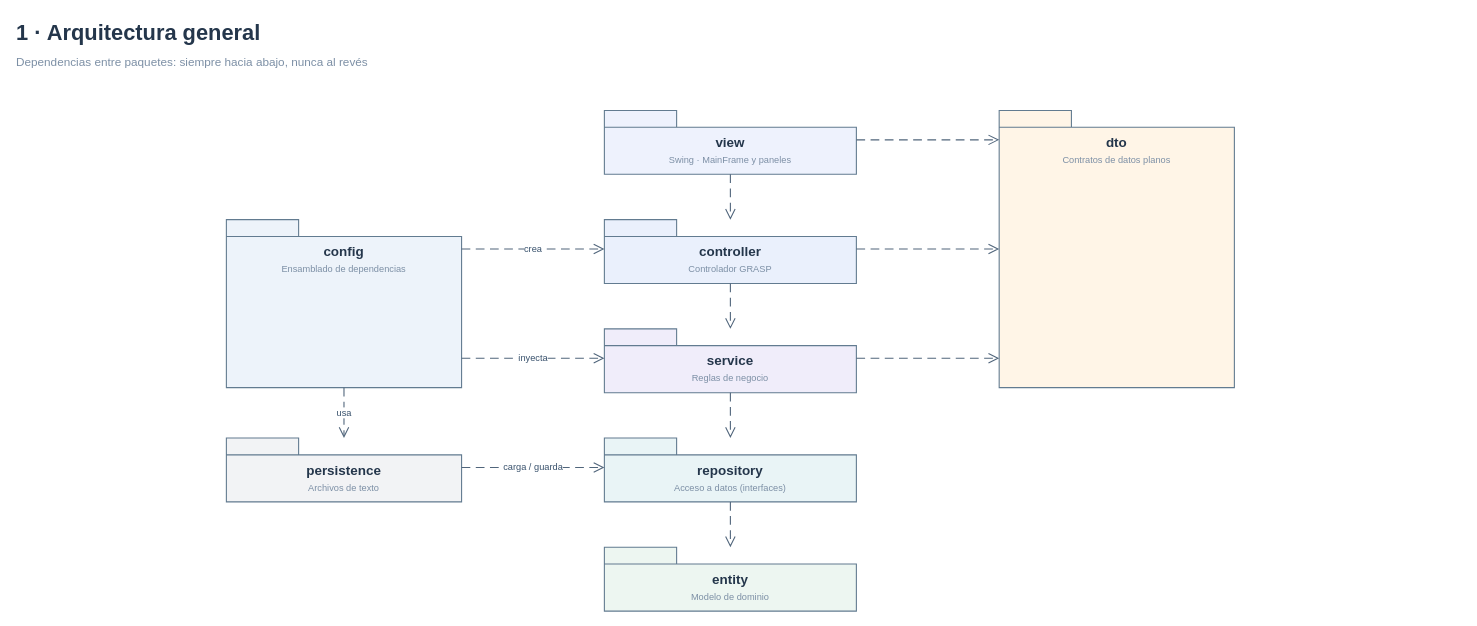
bautista00/Proyecto-PDS keeps this draw.io diagram as page "1 · Arquitectura general" (1 of 12) of UML/UML_ClinicaOdontologica-GRASP-v4.drawio. Above is the earlier version. Source tidied: cells renumbered, new cells numbered last; positions are measured from the earlier drawing's top-left corner, leaving out a move shared by most shapes. Both pictures are drawn from the tidied source at 84%, with x=0, y=0 at pixel (14, 14).
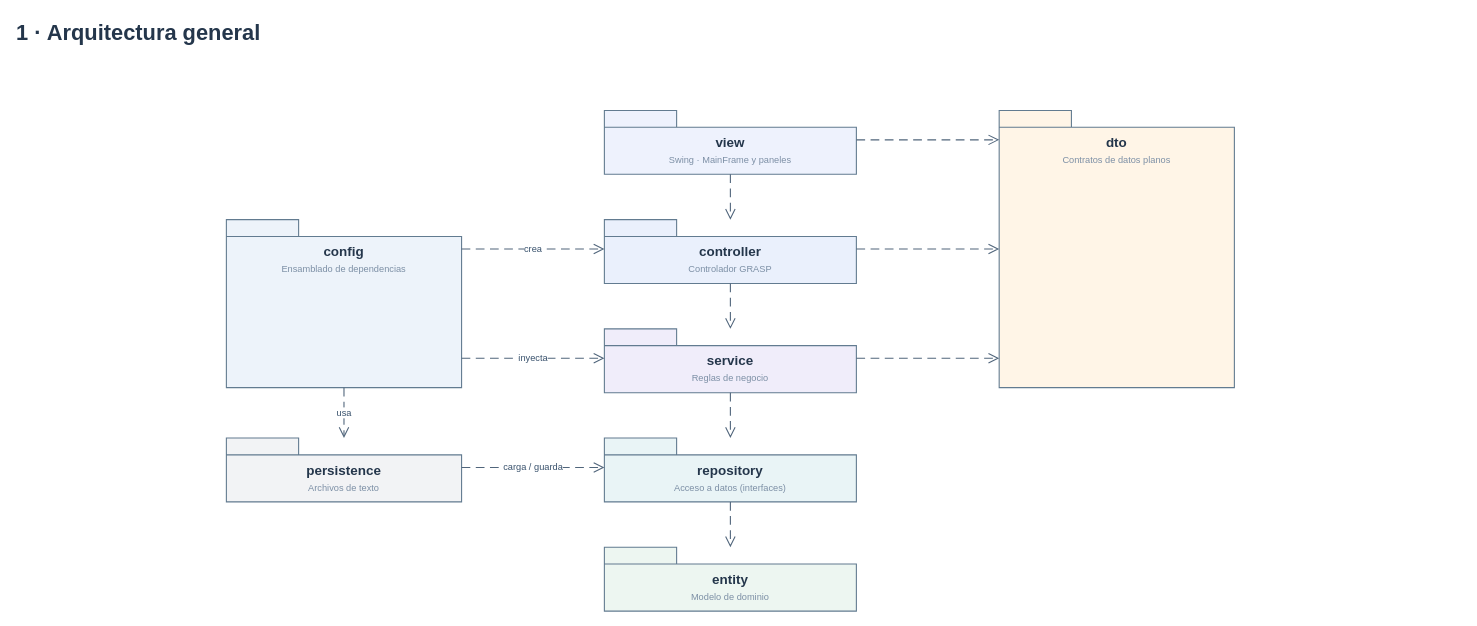
Above is the later version.

What changed in the source:
```diff
@@
-    <mxCell id="2" value="&lt;b&gt;1 · Arquitectura general&lt;/b&gt;&lt;br&gt;&lt;font style=&quot;font-size:14px&quot; color=&quot;#7C8FA5&quot;&gt;Dependencias entre paquetes: siempre hacia abajo, nunca al revés&lt;/font&gt;" style="text;html=1;align=left;verticalAlign=top;fontFamily=Arial;fontSize=26;fontColor=#24364B;strokeColor=none;fillColor=none;" parent="1" vertex="1">
+    <mxCell id="2" value="&lt;b&gt;1 · Arquitectura general&lt;/b&gt;&lt;div&gt;&lt;br/&gt;&lt;/div&gt;" style="text;html=1;align=left;verticalAlign=top;fontFamily=Arial;fontSize=26;fontColor=#24364B;strokeColor=none;fillColor=none;" parent="1" vertex="1">
       <mxGeometry width="1724" height="58" as="geometry" />
     </mxCell>
```
